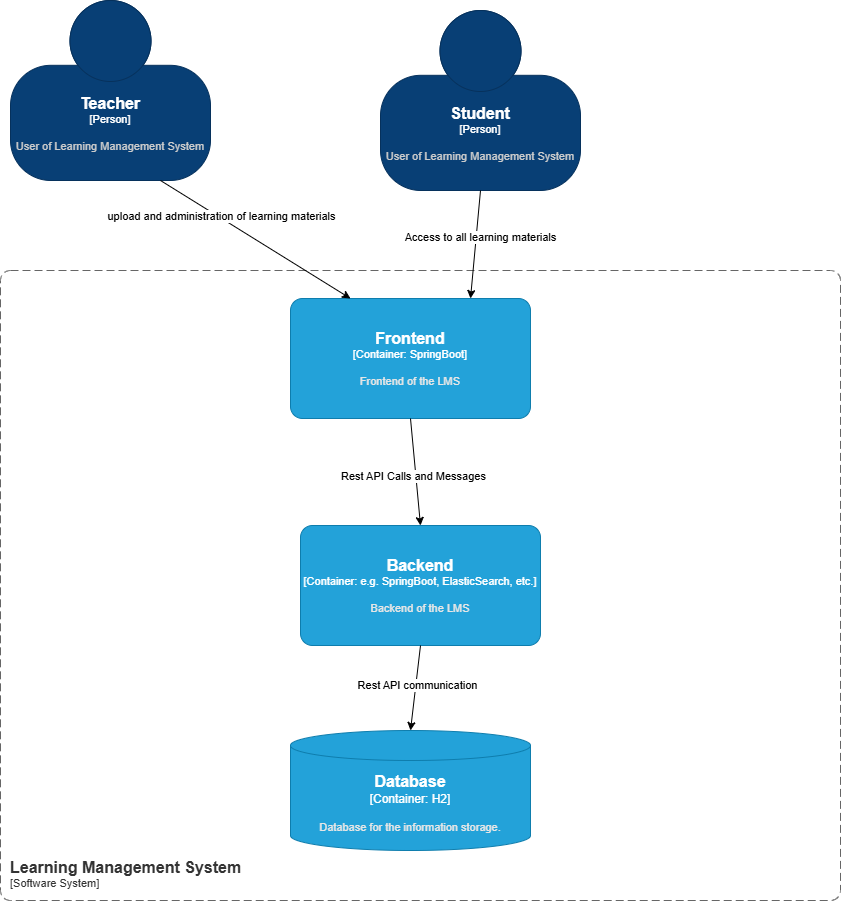
The draw.io diagram documentation/assets/container.drawio.png in 676647/planb-learning-management-system, before a commit. Source tidied: cells renumbered, new cells last; positions are measured from the earlier drawing's top-left corner, leaving out a move shared by most shapes.
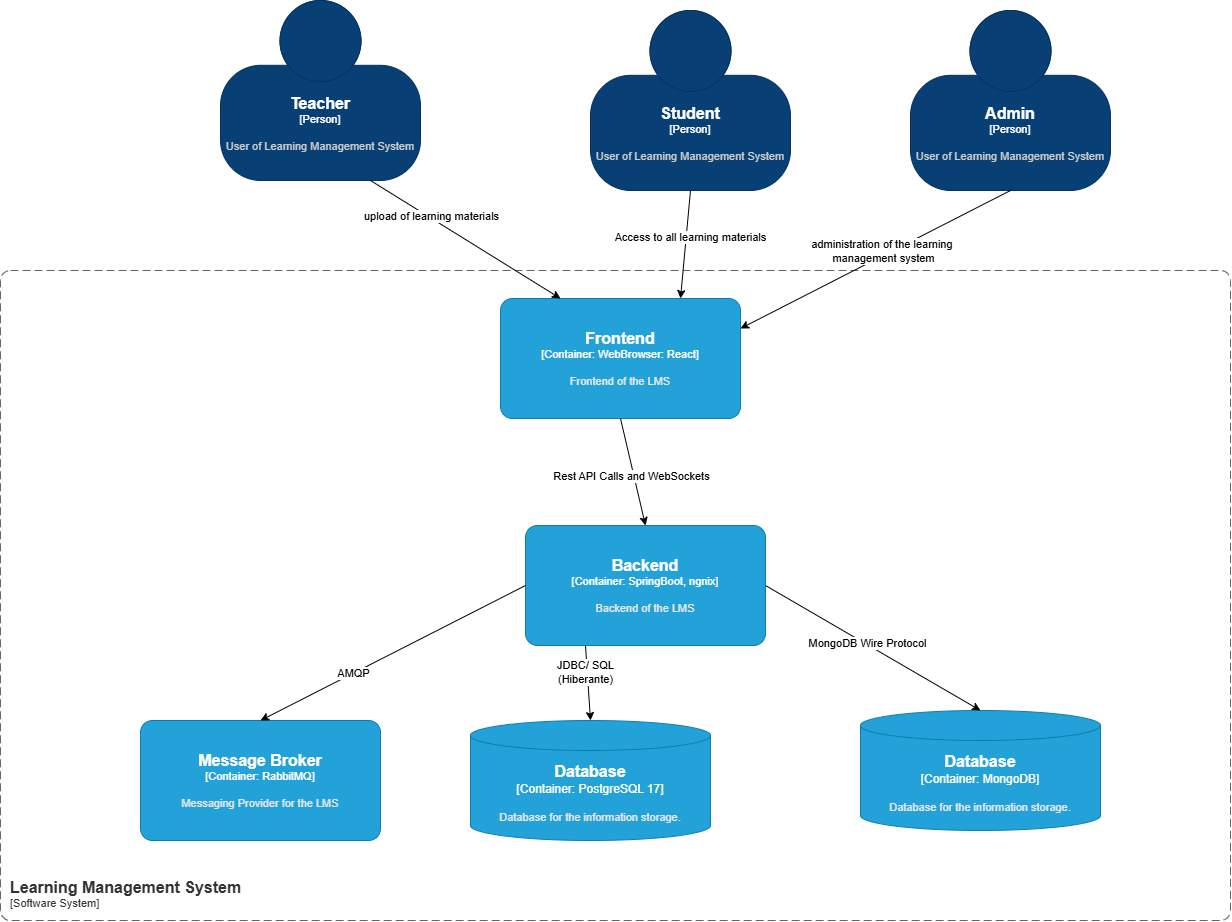
The same file after the commit.

What changed in the source:
```diff
@@ -14,34 +14,34 @@
     </object>
     <object id="4" label="&lt;font style=&quot;font-size: 16px&quot;&gt;&lt;b&gt;&lt;div style=&quot;text-align: left&quot;&gt;%c4Name%&lt;/div&gt;&lt;/b&gt;&lt;/font&gt;&lt;div style=&quot;text-align: left&quot;&gt;[%c4Application%]&lt;/div&gt;" c4Application="Software System" c4Name="Learning Management System" c4Type="SystemScopeBoundary" placeholders="1">
       <mxCell style="rounded=1;fontSize=11;whiteSpace=wrap;html=1;dashed=1;arcSize=20;fillColor=none;strokeColor=#666666;fontColor=#333333;labelBackgroundColor=none;align=left;verticalAlign=bottom;labelBorderColor=none;spacingTop=0;spacing=10;dashPattern=8 4;perimeter=rectanglePerimeter;noLabel=0;labelPadding=0;absoluteArcSize=1;" parent="1" vertex="1">
-        <mxGeometry y="270" width="840" height="630" as="geometry" />
+        <mxGeometry x="-210" y="270" width="1230" height="650" as="geometry" />
       </mxCell>
     </object>
-    <object id="5" label="&lt;font style=&quot;font-size: 16px&quot;&gt;&lt;b&gt;%c4Name%&lt;/b&gt;&lt;/font&gt;&lt;div&gt;[%c4Type%: %c4Technology%]&lt;/div&gt;&lt;br&gt;&lt;div&gt;&lt;font style=&quot;font-size: 11px&quot;&gt;&lt;font color=&quot;#E6E6E6&quot;&gt;%c4Description%&lt;/font&gt;&lt;/div&gt;" c4Description="Frontend of the LMS" c4Name="Frontend" c4Technology="SpringBoot" c4Type="Container" placeholders="1">
+    <object id="5" label="&lt;font style=&quot;font-size: 16px&quot;&gt;&lt;b&gt;%c4Name%&lt;/b&gt;&lt;/font&gt;&lt;div&gt;[%c4Type%: %c4Technology%]&lt;/div&gt;&lt;br&gt;&lt;div&gt;&lt;font style=&quot;font-size: 11px&quot;&gt;&lt;font color=&quot;#E6E6E6&quot;&gt;%c4Description%&lt;/font&gt;&lt;/div&gt;" c4Description="Frontend of the LMS" c4Name="Frontend" c4Technology="WebBrowser: React" c4Type="Container" placeholders="1">
       <mxCell style="rounded=1;whiteSpace=wrap;html=1;fontSize=11;labelBackgroundColor=none;fillColor=#23A2D9;fontColor=#ffffff;align=center;arcSize=10;strokeColor=#0E7DAD;points=[[0.25,0,0],[0.5,0,0],[0.75,0,0],[1,0.25,0],[1,0.5,0],[1,0.75,0],[0.75,1,0],[0.5,1,0],[0.25,1,0],[0,0.75,0],[0,0.5,0],[0,0.25,0]];" parent="1" vertex="1">
         <mxGeometry x="290" y="298" width="240" height="120" as="geometry" />
       </mxCell>
     </object>
-    <object id="6" label="&lt;font style=&quot;font-size: 16px&quot;&gt;&lt;b&gt;%c4Name%&lt;/b&gt;&lt;/font&gt;&lt;div&gt;[%c4Type%: %c4Technology%]&lt;/div&gt;&lt;br&gt;&lt;div&gt;&lt;font style=&quot;font-size: 11px&quot;&gt;&lt;font color=&quot;#E6E6E6&quot;&gt;%c4Description%&lt;/font&gt;&lt;/div&gt;" c4Description="Backend of the LMS" c4Name="Backend" c4Technology="e.g. SpringBoot, ElasticSearch, etc." c4Type="Container" placeholders="1">
+    <object id="6" label="&lt;font style=&quot;font-size: 16px&quot;&gt;&lt;b&gt;%c4Name%&lt;/b&gt;&lt;/font&gt;&lt;div&gt;[%c4Type%: %c4Technology%]&lt;/div&gt;&lt;br&gt;&lt;div&gt;&lt;font style=&quot;font-size: 11px&quot;&gt;&lt;font color=&quot;#E6E6E6&quot;&gt;%c4Description%&lt;/font&gt;&lt;/div&gt;" c4Description="Backend of the LMS" c4Name="Backend" c4Technology="SpringBoot, ngnix" c4Type="Container" placeholders="1">
       <mxCell style="rounded=1;whiteSpace=wrap;html=1;fontSize=11;labelBackgroundColor=none;fillColor=#23A2D9;fontColor=#ffffff;align=center;arcSize=10;strokeColor=#0E7DAD;points=[[0.25,0,0],[0.5,0,0],[0.75,0,0],[1,0.25,0],[1,0.5,0],[1,0.75,0],[0.75,1,0],[0.5,1,0],[0.25,1,0],[0,0.75,0],[0,0.5,0],[0,0.25,0]];" parent="1" vertex="1">
-        <mxGeometry x="300" y="525" width="240" height="120" as="geometry" />
+        <mxGeometry x="315" y="525" width="240" height="120" as="geometry" />
       </mxCell>
     </object>
-    <object id="7" label="&lt;font style=&quot;font-size: 16px&quot;&gt;&lt;b&gt;%c4Name%&lt;/b&gt;&lt;/font&gt;&lt;div&gt;[%c4Type%:&amp;nbsp;%c4Technology%]&lt;/div&gt;&lt;br&gt;&lt;div&gt;&lt;font style=&quot;font-size: 11px&quot;&gt;&lt;font color=&quot;#E6E6E6&quot;&gt;%c4Description%&lt;/font&gt;&lt;/div&gt;" c4Description="Database for the information storage." c4Name="Database" c4Technology="H2" c4Type="Container" placeholders="1">
+    <object id="7" label="&lt;font style=&quot;font-size: 16px&quot;&gt;&lt;b&gt;%c4Name%&lt;/b&gt;&lt;/font&gt;&lt;div&gt;[%c4Type%:&amp;nbsp;%c4Technology%]&lt;/div&gt;&lt;br&gt;&lt;div&gt;&lt;font style=&quot;font-size: 11px&quot;&gt;&lt;font color=&quot;#E6E6E6&quot;&gt;%c4Description%&lt;/font&gt;&lt;/div&gt;" c4Description="Database for the information storage." c4Name="Database" c4Technology="MongoDB" c4Type="Container" placeholders="1">
       <mxCell style="shape=cylinder3;size=15;whiteSpace=wrap;html=1;boundedLbl=1;rounded=0;labelBackgroundColor=none;fillColor=#23A2D9;fontSize=12;fontColor=#ffffff;align=center;strokeColor=#0E7DAD;points=[[0.5,0,0],[1,0.25,0],[1,0.5,0],[1,0.75,0],[0.5,1,0],[0,0.75,0],[0,0.5,0],[0,0.25,0]];" parent="1" vertex="1">
-        <mxGeometry x="290" y="730" width="240" height="120" as="geometry" />
+        <mxGeometry x="650" y="710" width="240" height="120" as="geometry" />
       </mxCell>
     </object>
-    <mxCell id="8" style="edgeStyle=none;html=1;exitX=0.5;exitY=1;exitDx=0;exitDy=0;exitPerimeter=0;entryX=0.5;entryY=0;entryDx=0;entryDy=0;entryPerimeter=0;" parent="1" edge="1" source="6" target="7">
+    <mxCell id="8" style="edgeStyle=none;html=1;exitX=1;exitY=0.5;exitDx=0;exitDy=0;exitPerimeter=0;entryX=0.5;entryY=0;entryDx=0;entryDy=0;entryPerimeter=0;" parent="1" edge="1" source="6" target="7">
       <mxGeometry relative="1" as="geometry" />
     </mxCell>
-    <mxCell id="9" value="Rest API communication" style="edgeLabel;html=1;align=center;verticalAlign=middle;inheritText=1;" parent="8" vertex="1">
+    <mxCell id="9" value="MongoDB Wire Protocol" style="edgeLabel;html=1;align=center;verticalAlign=middle;inheritText=1;" parent="8" vertex="1">
       <mxGeometry x="-0.06" y="1" relative="1" as="geometry" />
     </mxCell>
     <mxCell id="10" style="edgeStyle=none;html=1;exitX=0.5;exitY=1;exitDx=0;exitDy=0;exitPerimeter=0;entryX=0.5;entryY=0;entryDx=0;entryDy=0;entryPerimeter=0;" parent="1" edge="1" source="5" target="6">
       <mxGeometry relative="1" as="geometry" />
     </mxCell>
-    <mxCell id="11" value="Rest API Calls and Messages" style="edgeLabel;html=1;align=center;verticalAlign=middle;inheritText=1;" parent="10" vertex="1">
+    <mxCell id="11" value="Rest API Calls and WebSockets" style="edgeLabel;html=1;align=center;verticalAlign=middle;inheritText=1;" parent="10" vertex="1">
       <mxGeometry x="0.06" y="-3" relative="1" as="geometry" />
     </mxCell>
     <mxCell id="12" style="edgeStyle=none;html=1;exitX=0.5;exitY=1;exitDx=0;exitDy=0;exitPerimeter=0;entryX=0.75;entryY=0;entryDx=0;entryDy=0;entryPerimeter=0;" parent="1" edge="1" source="3" target="5">
@@ -53,8 +53,45 @@
     <mxCell id="14" style="edgeStyle=none;html=1;exitX=0.75;exitY=1;exitDx=0;exitDy=0;exitPerimeter=0;entryX=0.25;entryY=0;entryDx=0;entryDy=0;entryPerimeter=0;" parent="1" edge="1" source="2" target="5">
       <mxGeometry relative="1" as="geometry" />
     </mxCell>
-    <mxCell id="15" value="upload and administration of learning materials" style="edgeLabel;html=1;align=center;verticalAlign=middle;inheritText=1;" parent="14" vertex="1">
+    <mxCell id="15" value="upload of learning materials" style="edgeLabel;html=1;align=center;verticalAlign=middle;inheritText=1;" parent="14" vertex="1">
       <mxGeometry x="-0.37" y="2" relative="1" as="geometry" />
     </mxCell>
+    <object id="16" label="&lt;font style=&quot;font-size: 16px&quot;&gt;&lt;b&gt;%c4Name%&lt;/b&gt;&lt;/font&gt;&lt;div&gt;[%c4Type%: %c4Technology%]&lt;/div&gt;&lt;br&gt;&lt;div&gt;&lt;font style=&quot;font-size: 11px&quot;&gt;&lt;font color=&quot;#E6E6E6&quot;&gt;%c4Description%&lt;/font&gt;&lt;/div&gt;" c4Description="Messaging Provider for the LMS" c4Name="Message Broker" c4Technology="RabbitMQ" c4Type="Container" placeholders="1">
+      <mxCell style="rounded=1;whiteSpace=wrap;html=1;fontSize=11;labelBackgroundColor=none;fillColor=#23A2D9;fontColor=#ffffff;align=center;arcSize=10;strokeColor=#0E7DAD;points=[[0.25,0,0],[0.5,0,0],[0.75,0,0],[1,0.25,0],[1,0.5,0],[1,0.75,0],[0.75,1,0],[0.5,1,0],[0.25,1,0],[0,0.75,0],[0,0.5,0],[0,0.25,0]];" parent="1" vertex="1">
+        <mxGeometry x="-70" y="720" width="240" height="120" as="geometry" />
+      </mxCell>
+    </object>
+    <object id="17" label="&lt;font style=&quot;font-size: 16px&quot;&gt;&lt;b&gt;%c4Name%&lt;/b&gt;&lt;/font&gt;&lt;div&gt;[%c4Type%:&amp;nbsp;%c4Technology%]&lt;/div&gt;&lt;br&gt;&lt;div&gt;&lt;font style=&quot;font-size: 11px&quot;&gt;&lt;font color=&quot;#E6E6E6&quot;&gt;%c4Description%&lt;/font&gt;&lt;/div&gt;" c4Description="Database for the information storage." c4Name="Database" c4Technology="PostgreSQL 17" c4Type="Container" placeholders="1">
+      <mxCell style="shape=cylinder3;size=15;whiteSpace=wrap;html=1;boundedLbl=1;rounded=0;labelBackgroundColor=none;fillColor=#23A2D9;fontSize=12;fontColor=#ffffff;align=center;strokeColor=#0E7DAD;points=[[0.5,0,0],[1,0.25,0],[1,0.5,0],[1,0.75,0],[0.5,1,0],[0,0.75,0],[0,0.5,0],[0,0.25,0]];" parent="1" vertex="1">
+        <mxGeometry x="260" y="720" width="240" height="120" as="geometry" />
+      </mxCell>
+    </object>
+    <mxCell id="18" style="edgeStyle=none;html=1;exitX=0.25;exitY=1;exitDx=0;exitDy=0;exitPerimeter=0;entryX=0.5;entryY=0;entryDx=0;entryDy=0;entryPerimeter=0;" parent="1" edge="1" source="6" target="17">
+      <mxGeometry relative="1" as="geometry" />
+    </mxCell>
+    <mxCell id="19" value="JDBC/ SQL&lt;div&gt;(Hiberante)&lt;/div&gt;" style="edgeLabel;html=1;align=center;verticalAlign=middle;inheritText=1;" parent="18" vertex="1">
+      <mxGeometry x="-0.32" y="-2" relative="1" as="geometry" />
+    </mxCell>
+    <mxCell id="20" style="edgeStyle=none;html=1;exitX=0;exitY=0.5;exitDx=0;exitDy=0;exitPerimeter=0;entryX=0.5;entryY=0;entryDx=0;entryDy=0;entryPerimeter=0;" parent="1" edge="1" source="6" target="16">
+      <mxGeometry relative="1" as="geometry" />
+    </mxCell>
+    <mxCell id="21" value="AMQP" style="edgeLabel;html=1;align=center;verticalAlign=middle;inheritText=1;" parent="20" vertex="1">
+      <mxGeometry x="0.3" relative="1" as="geometry">
+        <mxPoint x="-1" as="offset" />
+      </mxGeometry>
+    </mxCell>
+    <object id="22" label="&lt;font style=&quot;font-size: 16px&quot;&gt;&lt;b&gt;%c4Name%&lt;/b&gt;&lt;/font&gt;&lt;div&gt;[%c4Type%]&lt;/div&gt;&lt;br&gt;&lt;div&gt;&lt;font style=&quot;font-size: 11px&quot;&gt;&lt;font color=&quot;#cccccc&quot;&gt;%c4Description%&lt;/font&gt;&lt;/div&gt;" c4Description="User of Learning Management System" c4Name="Admin" c4Type="Person" placeholders="1">
+      <mxCell style="html=1;fontSize=11;dashed=0;whiteSpace=wrap;fillColor=#083F75;strokeColor=#06315C;fontColor=#ffffff;shape=mxgraph.c4.person2;align=center;points=[[0.5,0,0],[1,0.5,0],[1,0.75,0],[0.75,1,0],[0.5,1,0],[0.25,1,0],[0,0.75,0],[0,0.5,0]];" parent="1" vertex="1">
+        <mxGeometry x="700" y="10" width="200" height="180" as="geometry" />
+      </mxCell>
+    </object>
+    <mxCell id="23" style="edgeStyle=none;html=1;exitX=0.5;exitY=1;exitDx=0;exitDy=0;exitPerimeter=0;entryX=1;entryY=0.25;entryDx=0;entryDy=0;entryPerimeter=0;" parent="1" edge="1" source="22" target="5">
+      <mxGeometry relative="1" as="geometry" />
+    </mxCell>
+    <mxCell id="24" value="administration of the learning&amp;nbsp;&lt;div&gt;management system&lt;/div&gt;" style="edgeLabel;html=1;align=center;verticalAlign=middle;inheritText=1;" parent="23" vertex="1">
+      <mxGeometry x="-0.07" y="-5" relative="1" as="geometry">
+        <mxPoint x="1" as="offset" />
+      </mxGeometry>
+    </mxCell>
   </root>
 </mxGraphModel>
```
